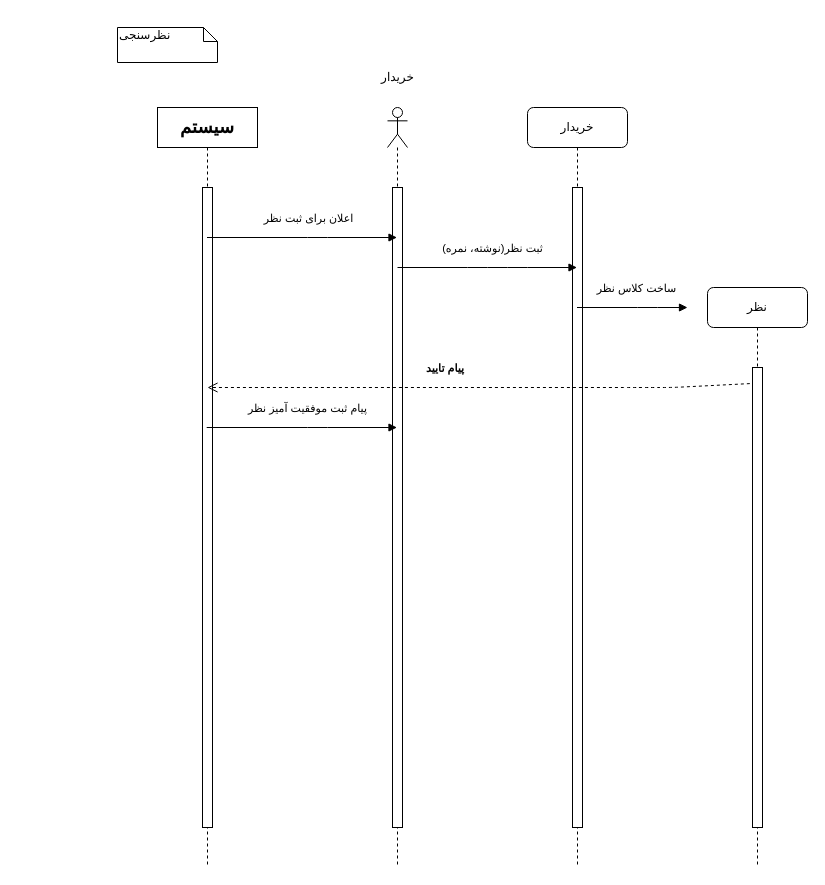
Above: Behavioural Modeling/Sequence Diagram/survey.drawio in khoramian/TahDig_SoftwareEngineering (draw.io), before the change. Source tidied: cells renumbered, new cells numbered last; positions are measured from the earlier drawing's top-left corner, leaving out a move shared by most shapes. Both pictures are drawn from the tidied source at 100%, with x=0, y=0 at pixel (117, 27).
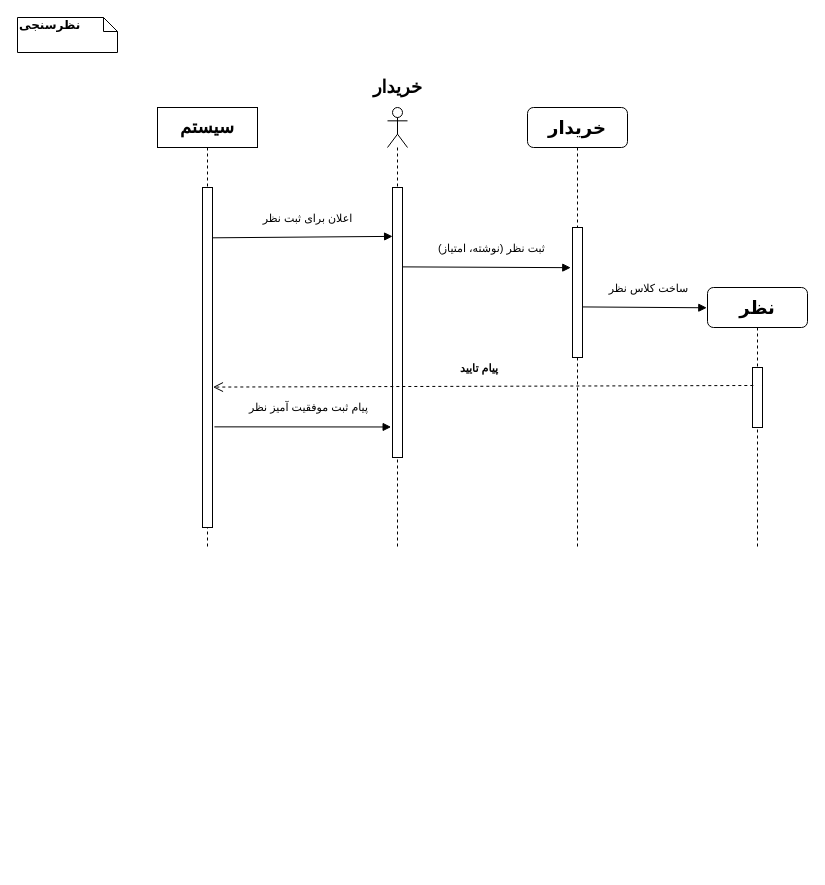
The same diagram, later.

Change to the diagram source:
```diff
@@
-    <mxCell id="2" value="نظرسنجی" style="shape=note;whiteSpace=wrap;html=1;size=14;verticalAlign=top;align=left;spacingTop=-6;rounded=0;shadow=0;comic=0;labelBackgroundColor=none;strokeWidth=1;fontFamily=Verdana;fontSize=12;" parent="1" vertex="1">
-      <mxGeometry width="100" height="35" as="geometry" />
+    <mxCell id="2" value="&lt;b&gt;نظرسنجی&lt;/b&gt;" style="shape=note;whiteSpace=wrap;html=1;size=14;verticalAlign=top;align=left;spacingTop=-6;rounded=0;shadow=0;comic=0;labelBackgroundColor=none;strokeWidth=1;fontFamily=Verdana;fontSize=12;" parent="1" vertex="1">
+      <mxGeometry x="-100" y="-10" width="100" height="35" as="geometry" />
     </mxCell>
     <mxCell id="3" value="&lt;b&gt;&lt;font&gt;&lt;font style=&quot;font-size: 18px&quot;&gt;سیستم &lt;/font&gt;&lt;br&gt;&lt;/font&gt;&lt;/b&gt;" style="shape=umlLifeline;perimeter=lifelinePerimeter;whiteSpace=wrap;html=1;outlineConnect=0;" parent="1" vertex="1">
-      <mxGeometry x="40" y="80" width="100" height="760" as="geometry" />
+      <mxGeometry x="40" y="80" width="100" height="440" as="geometry" />
     </mxCell>
     <mxCell id="4" style="html=1;points=[];perimeter=orthogonalPerimeter;rounded=0;shadow=0;comic=0;labelBackgroundColor=none;strokeWidth=1;fontFamily=Verdana;fontSize=12;align=center;" parent="3" vertex="1">
-      <mxGeometry x="45" y="80" width="10" height="640" as="geometry" />
+      <mxGeometry x="45" y="80" width="10" height="340" as="geometry" />
     </mxCell>
     <mxCell id="5" style="shape=umlLifeline;participant=umlActor;perimeter=lifelinePerimeter;whiteSpace=wrap;html=1;verticalAlign=top;spacingTop=36;outlineConnect=0;" parent="1" vertex="1">
-      <mxGeometry x="270" y="80" width="20" height="760" as="geometry" />
+      <mxGeometry x="270" y="80" width="20" height="440" as="geometry" />
     </mxCell>
     <mxCell id="6" style="html=1;points=[];perimeter=orthogonalPerimeter;rounded=0;shadow=0;comic=0;labelBackgroundColor=none;strokeWidth=1;fontFamily=Verdana;fontSize=12;align=center;" parent="5" vertex="1">
-      <mxGeometry x="5" y="80" width="10" height="640" as="geometry" />
+      <mxGeometry x="5" y="80" width="10" height="270" as="geometry" />
     </mxCell>
-    <mxCell id="7" value="خریدار" style="text;html=1;align=center;verticalAlign=middle;" parent="1" vertex="1">
-      <mxGeometry x="260" y="40" width="40" height="20" as="geometry" />
+    <mxCell id="7" value="&lt;b&gt;&lt;font style=&quot;font-size: 18px&quot;&gt;خریدار&lt;/font&gt;&lt;/b&gt;" style="text;html=1;align=center;verticalAlign=middle;" parent="1" vertex="1">
+      <mxGeometry x="250" y="50" width="60" height="20" as="geometry" />
     </mxCell>
-    <mxCell id="8" value="اعلان برای ثبت نظر" style="html=1;verticalAlign=bottom;endArrow=block;" parent="1" edge="1" source="3" target="5">
-      <mxGeometry x="0.06" y="10" relative="1" as="geometry">
-        <Array as="points">
-          <mxPoint x="200" y="210" />
-        </Array>
-      </mxGeometry>
+    <mxCell id="8" value="اعلان برای ثبت نظر" style="html=1;verticalAlign=bottom;endArrow=block;entryX=0.009;entryY=0.181;entryDx=0;entryDy=0;entryPerimeter=0;exitX=1.045;exitY=0.148;exitDx=0;exitDy=0;exitPerimeter=0;" parent="1" edge="1" source="4" target="6">
+      <mxGeometry x="0.06" y="10" relative="1" as="geometry" />
     </mxCell>
-    <mxCell id="9" value="خریدار" style="shape=umlLifeline;perimeter=lifelinePerimeter;whiteSpace=wrap;html=1;outlineConnect=0;rounded=1;shadow=0;comic=0;labelBackgroundColor=none;strokeWidth=1;fontFamily=Verdana;fontSize=12;align=center;" parent="1" vertex="1">
-      <mxGeometry x="410" y="80" width="100" height="760" as="geometry" />
+    <mxCell id="9" value="&lt;font style=&quot;font-size: 18px&quot;&gt;&lt;b&gt;خریدار&lt;/b&gt;&lt;/font&gt;" style="shape=umlLifeline;perimeter=lifelinePerimeter;whiteSpace=wrap;html=1;outlineConnect=0;rounded=1;shadow=0;comic=0;labelBackgroundColor=none;strokeWidth=1;fontFamily=Verdana;fontSize=12;align=center;" parent="1" vertex="1">
+      <mxGeometry x="410" y="80" width="100" height="440" as="geometry" />
     </mxCell>
     <mxCell id="10" style="html=1;points=[];perimeter=orthogonalPerimeter;rounded=0;shadow=0;comic=0;labelBackgroundColor=none;strokeWidth=1;fontFamily=Verdana;fontSize=12;align=center;" parent="9" vertex="1">
-      <mxGeometry x="45" y="80" width="10" height="640" as="geometry" />
+      <mxGeometry x="45" y="120" width="10" height="130" as="geometry" />
     </mxCell>
-    <mxCell id="11" value="ثبت نظر(نوشته، نمره)" style="html=1;verticalAlign=bottom;endArrow=block;" parent="1" edge="1" target="9">
-      <mxGeometry x="0.06" y="10" relative="1" as="geometry">
-        <mxPoint x="280" y="240" as="sourcePoint" />
-        <Array as="points">
-          <mxPoint x="360" y="240" />
-          <mxPoint x="400" y="240" />
-        </Array>
-      </mxGeometry>
+    <mxCell id="11" value="(ثبت نظر (نوشته، امتیاز" style="html=1;verticalAlign=bottom;endArrow=block;exitX=1.027;exitY=0.294;exitDx=0;exitDy=0;exitPerimeter=0;entryX=-0.173;entryY=0.309;entryDx=0;entryDy=0;entryPerimeter=0;" parent="1" edge="1" source="6" target="10">
+      <mxGeometry x="0.06" y="10" relative="1" as="geometry" />
     </mxCell>
-    <mxCell id="12" value="نظر" style="shape=umlLifeline;perimeter=lifelinePerimeter;whiteSpace=wrap;html=1;outlineConnect=0;rounded=1;shadow=0;comic=0;labelBackgroundColor=none;strokeWidth=1;fontFamily=Verdana;fontSize=12;align=center;" parent="1" vertex="1">
-      <mxGeometry x="590" y="260" width="100" height="580" as="geometry" />
+    <mxCell id="12" value="&lt;font style=&quot;font-size: 18px&quot;&gt;&lt;b&gt;نظر&lt;/b&gt;&lt;/font&gt;" style="shape=umlLifeline;perimeter=lifelinePerimeter;whiteSpace=wrap;html=1;outlineConnect=0;rounded=1;shadow=0;comic=0;labelBackgroundColor=none;strokeWidth=1;fontFamily=Verdana;fontSize=12;align=center;" parent="1" vertex="1">
+      <mxGeometry x="590" y="260" width="100" height="260" as="geometry" />
     </mxCell>
     <mxCell id="13" style="html=1;points=[];perimeter=orthogonalPerimeter;rounded=0;shadow=0;comic=0;labelBackgroundColor=none;strokeWidth=1;fontFamily=Verdana;fontSize=12;align=center;" parent="12" vertex="1">
-      <mxGeometry x="45" y="80" width="10" height="460" as="geometry" />
+      <mxGeometry x="45" y="80" width="10" height="60" as="geometry" />
     </mxCell>
-    <mxCell id="14" value="ساخت کلاس نظر" style="html=1;verticalAlign=bottom;endArrow=block;" parent="1" edge="1" source="9">
-      <mxGeometry x="0.06" y="10" relative="1" as="geometry">
-        <mxPoint x="570" y="280" as="targetPoint" />
-        <Array as="points">
-          <mxPoint x="530" y="280" />
-          <mxPoint x="570" y="280" />
-        </Array>
-      </mxGeometry>
+    <mxCell id="14" value="ساخت کلاس نظر" style="html=1;verticalAlign=bottom;endArrow=block;entryX=-0.007;entryY=0.078;entryDx=0;entryDy=0;entryPerimeter=0;exitX=0.991;exitY=0.611;exitDx=0;exitDy=0;exitPerimeter=0;" parent="1" edge="1" source="10" target="12">
+      <mxGeometry x="0.06" y="10" relative="1" as="geometry" />
     </mxCell>
-    <mxCell id="15" value="&lt;b&gt;&amp;nbsp;پیام تایید&lt;br&gt;&lt;/b&gt;" style="html=1;verticalAlign=bottom;endArrow=open;dashed=1;endSize=8;exitX=-0.267;exitY=0.035;exitDx=0;exitDy=0;exitPerimeter=0;" parent="1" edge="1" source="13">
-      <mxGeometry x="0.13" y="-10" relative="1" as="geometry">
-        <mxPoint x="90" y="360" as="targetPoint" />
-        <Array as="points">
-          <mxPoint x="555.5" y="360" />
-          <mxPoint x="535.5" y="360" />
-          <mxPoint x="515.5" y="360" />
-        </Array>
-      </mxGeometry>
+    <mxCell id="15" value="&lt;b&gt;&amp;nbsp;پیام تایید&lt;br&gt;&lt;/b&gt;" style="html=1;verticalAlign=bottom;endArrow=open;dashed=1;endSize=8;exitX=0.082;exitY=0.3;exitDx=0;exitDy=0;exitPerimeter=0;entryX=1.045;entryY=0.587;entryDx=0;entryDy=0;entryPerimeter=0;" parent="1" edge="1" source="13" target="4">
+      <mxGeometry x="0.02" y="-9" relative="1" as="geometry" />
     </mxCell>
-    <mxCell id="16" value="پیام ثبت موفقیت آمیز نظر" style="html=1;verticalAlign=bottom;endArrow=block;" parent="1" edge="1">
-      <mxGeometry x="0.06" y="10" relative="1" as="geometry">
-        <mxPoint x="89.2" y="400" as="sourcePoint" />
-        <mxPoint x="279.5" y="400" as="targetPoint" />
-        <Array as="points">
-          <mxPoint x="200" y="400" />
-        </Array>
-      </mxGeometry>
+    <mxCell id="16" value="پیام ثبت موفقیت آمیز نظر" style="html=1;verticalAlign=bottom;endArrow=block;entryX=-0.136;entryY=0.887;entryDx=0;entryDy=0;entryPerimeter=0;exitX=1.191;exitY=0.704;exitDx=0;exitDy=0;exitPerimeter=0;" parent="1" edge="1" source="4" target="6">
+      <mxGeometry x="0.06" y="10" relative="1" as="geometry" />
     </mxCell>
```
